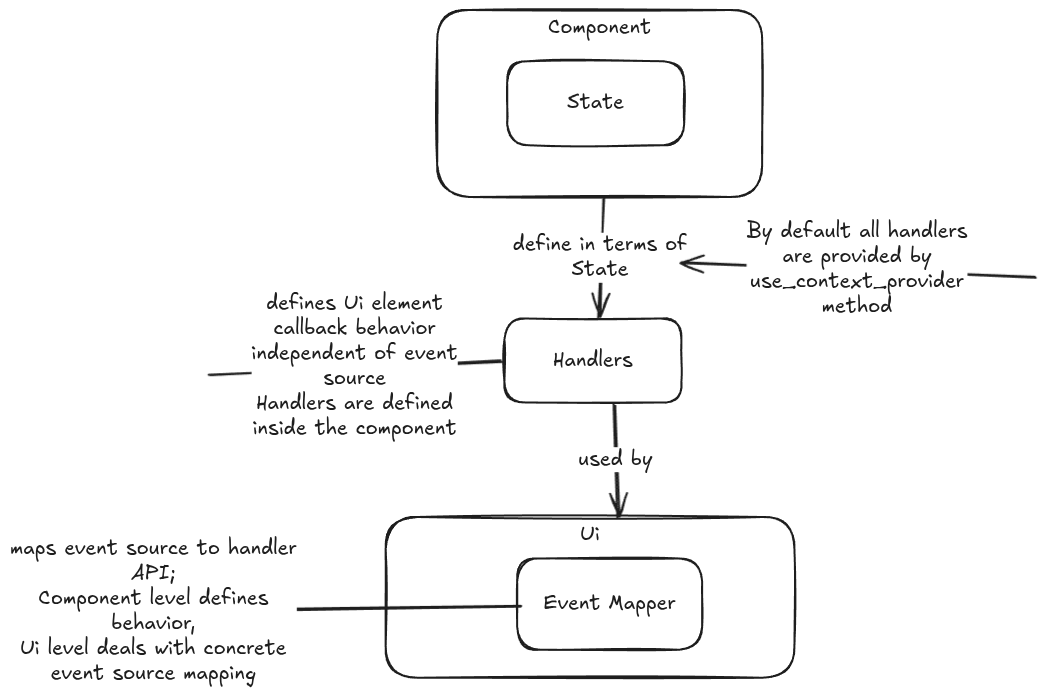
Above: beetry-editor-frontend/docs/layers.excalidraw.png in skullim/beetry (Excalidraw), before the change. Source tidied: one line per element, renumbered; positions are measured from the earlier drawing's top-left corner, leaving out a move shared by most shapes. Its diagram source:
```json
{"id": 0, "type": "rectangle", "strokeColor": "#1e1e1e", "strokeWidth": 2, "roughness": 1, "round": true, "x": 335, "y": 0, "width": 325, "height": 187}
{"id": 1, "type": "text", "text": "Component", "strokeColor": "#1e1e1e", "strokeWidth": 2, "roughness": 1, "fontSize": 20, "fontFamily": 5, "textAlign": "center", "inside": 0, "x": 446, "y": 5, "width": 103, "height": 25}
{"id": 2, "type": "rectangle", "strokeColor": "#1e1e1e", "strokeWidth": 2, "roughness": 1, "round": true, "x": 284, "y": 507, "width": 409, "height": 161}
{"id": 3, "type": "text", "text": "Ui", "strokeColor": "#1e1e1e", "strokeWidth": 2, "roughness": 1, "fontSize": 20, "fontFamily": 5, "textAlign": "center", "inside": 2, "x": 478, "y": 512, "width": 19, "height": 25}
{"id": 4, "type": "rectangle", "strokeColor": "#1e1e1e", "strokeWidth": 2, "roughness": 1, "round": true, "x": 405, "y": 51, "width": 177, "height": 84}
{"id": 5, "type": "text", "text": "State", "strokeColor": "#1e1e1e", "strokeWidth": 2, "roughness": 1, "fontSize": 20, "fontFamily": 5, "textAlign": "center", "verticalAlign": "middle", "inside": 4, "x": 465, "y": 81, "width": 57, "height": 25}
{"id": 6, "type": "rectangle", "strokeColor": "#1e1e1e", "strokeWidth": 2, "roughness": 1, "round": true, "x": 402, "y": 308, "width": 177, "height": 84}
{"id": 7, "type": "text", "text": "Handlers", "strokeColor": "#1e1e1e", "strokeWidth": 2, "roughness": 1, "fontSize": 20, "fontFamily": 5, "textAlign": "center", "verticalAlign": "middle", "inside": 6, "x": 451, "y": 338, "width": 80, "height": 25}
{"id": 8, "type": "arrow", "strokeColor": "#1e1e1e", "strokeWidth": 2, "roughness": 1, "endArrowhead": "arrow", "round": true, "from": 6, "to": 2, "x": 511, "y": 393, "width": 4, "height": 113, "points": [[0, 0], [4, 113]]}
{"id": 9, "type": "text", "text": "used by", "strokeColor": "#1e1e1e", "strokeWidth": 2, "roughness": 1, "fontSize": 20, "fontFamily": 5, "textAlign": "center", "verticalAlign": "middle", "inside": 8, "x": 545, "y": 430, "width": 74, "height": 25}
{"id": 10, "type": "arrow", "strokeColor": "#1e1e1e", "strokeWidth": 2, "roughness": 1, "endArrowhead": "arrow", "round": true, "from": 0, "to": 6, "x": 500, "y": 188, "width": 4, "height": 121, "points": [[0, 0], [-4, 121]]}
{"id": 11, "type": "text", "text": "define in terms of\nState", "strokeColor": "#1e1e1e", "strokeWidth": 2, "roughness": 1, "fontSize": 20, "fontFamily": 5, "textAlign": "center", "verticalAlign": "middle", "inside": 10, "x": 505, "y": 220, "width": 174, "height": 50}
{"id": 12, "type": "rectangle", "strokeColor": "#1e1e1e", "strokeWidth": 2, "roughness": 1, "round": true, "x": 415, "y": 548, "width": 185, "height": 91}
{"id": 13, "type": "text", "text": "Event Mapper", "strokeColor": "#1e1e1e", "strokeWidth": 2, "roughness": 1, "fontSize": 20, "fontFamily": 5, "textAlign": "center", "verticalAlign": "middle", "inside": 12, "x": 441, "y": 582, "width": 132, "height": 25}
{"id": 14, "type": "arrow", "strokeColor": "#1e1e1e", "strokeWidth": 2, "roughness": 1, "round": true, "to": 12, "x": 0, "y": 613, "width": 418, "height": 17, "points": [[0, 0], [51, -12], [418, -17]]}
{"id": 15, "type": "text", "text": "maps event source to handler\nAPI;\nComponent level defines\nbehavior,\nUi level deals with concrete\nevent source mapping", "strokeColor": "#1e1e1e", "strokeWidth": 2, "roughness": 1, "fontSize": 20, "fontFamily": 5, "textAlign": "center", "verticalAlign": "middle", "inside": 14, "x": 212, "y": 654, "width": 287, "height": 150}
{"id": 16, "type": "arrow", "strokeColor": "#1e1e1e", "strokeWidth": 2, "roughness": 1, "round": true, "to": 6, "x": 106, "y": 364, "width": 292, "height": 14, "points": [[0, 0], [292, -14]]}
{"id": 17, "type": "text", "text": "defines Ui element\ncallback behavior\nindependent of event\nsource\nHandlers are defined\ninside the component", "strokeColor": "#1e1e1e", "strokeWidth": 2, "roughness": 1, "fontSize": 20, "fontFamily": 5, "textAlign": "center", "verticalAlign": "middle", "inside": 16, "x": 149, "y": 282, "width": 206, "height": 150}
{"id": 18, "type": "arrow", "strokeColor": "#1e1e1e", "strokeWidth": 2, "roughness": 1, "endArrowhead": "arrow", "round": true, "x": 931, "y": 267, "width": 353, "height": 14, "points": [[0, 0], [-353, -14]]}
{"id": 19, "type": "text", "text": "By default all handlers\nare provided by\nuse_context_provider\nmethod", "strokeColor": "#1e1e1e", "strokeWidth": 2, "roughness": 1, "fontSize": 20, "fontFamily": 5, "textAlign": "center", "verticalAlign": "middle", "inside": 18, "x": 644, "y": 210, "width": 221, "height": 100}
```
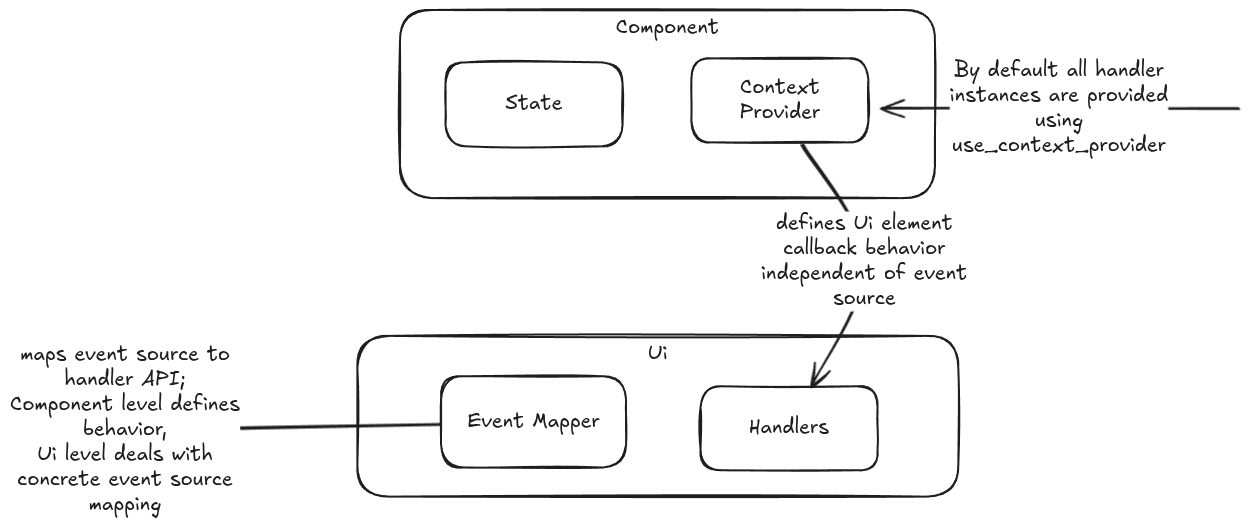
Later version of the same file.

Change to the diagram source:
```diff
@@ -1,20 +1,18 @@
-{"id": 0, "type": "rectangle", "strokeColor": "#1e1e1e", "strokeWidth": 2, "roughness": 1, "round": true, "x": 335, "y": 0, "width": 325, "height": 187}
+{"id": 0, "type": "rectangle", "strokeColor": "#1e1e1e", "strokeWidth": 2, "roughness": 1, "round": true, "x": 326, "y": 181, "width": 535, "height": 188}
-{"id": 1, "type": "text", "text": "Component", "strokeColor": "#1e1e1e", "strokeWidth": 2, "roughness": 1, "fontSize": 20, "fontFamily": 5, "textAlign": "center", "inside": 0, "x": 446, "y": 5, "width": 103, "height": 25}
+{"id": 1, "type": "text", "text": "Component", "strokeColor": "#1e1e1e", "strokeWidth": 2, "roughness": 1, "fontSize": 20, "fontFamily": 5, "textAlign": "center", "inside": 0, "x": 542, "y": 186, "width": 103, "height": 25}
-{"id": 2, "type": "rectangle", "strokeColor": "#1e1e1e", "strokeWidth": 2, "roughness": 1, "round": true, "x": 284, "y": 507, "width": 409, "height": 161}
+{"id": 2, "type": "rectangle", "strokeColor": "#1e1e1e", "strokeWidth": 2, "roughness": 1, "round": true, "x": 284, "y": 507, "width": 601, "height": 161}
-{"id": 3, "type": "text", "text": "Ui", "strokeColor": "#1e1e1e", "strokeWidth": 2, "roughness": 1, "fontSize": 20, "fontFamily": 5, "textAlign": "center", "inside": 2, "x": 478, "y": 512, "width": 19, "height": 25}
+{"id": 3, "type": "text", "text": "Ui", "strokeColor": "#1e1e1e", "strokeWidth": 2, "roughness": 1, "fontSize": 20, "fontFamily": 5, "textAlign": "center", "inside": 2, "x": 574, "y": 512, "width": 19, "height": 25}
-{"id": 4, "type": "rectangle", "strokeColor": "#1e1e1e", "strokeWidth": 2, "roughness": 1, "round": true, "x": 405, "y": 51, "width": 177, "height": 84}
+{"id": 4, "type": "rectangle", "strokeColor": "#1e1e1e", "strokeWidth": 2, "roughness": 1, "round": true, "x": 372, "y": 233, "width": 177, "height": 84}
-{"id": 5, "type": "text", "text": "State", "strokeColor": "#1e1e1e", "strokeWidth": 2, "roughness": 1, "fontSize": 20, "fontFamily": 5, "textAlign": "center", "verticalAlign": "middle", "inside": 4, "x": 465, "y": 81, "width": 57, "height": 25}
+{"id": 5, "type": "text", "text": "State", "strokeColor": "#1e1e1e", "strokeWidth": 2, "roughness": 1, "fontSize": 20, "fontFamily": 5, "textAlign": "center", "verticalAlign": "middle", "inside": 4, "x": 432, "y": 263, "width": 57, "height": 25}
-{"id": 6, "type": "rectangle", "strokeColor": "#1e1e1e", "strokeWidth": 2, "roughness": 1, "round": true, "x": 402, "y": 308, "width": 177, "height": 84}
+{"id": 6, "type": "rectangle", "strokeColor": "#1e1e1e", "strokeWidth": 2, "roughness": 1, "round": true, "x": 627, "y": 557, "width": 177, "height": 84}
-{"id": 7, "type": "text", "text": "Handlers", "strokeColor": "#1e1e1e", "strokeWidth": 2, "roughness": 1, "fontSize": 20, "fontFamily": 5, "textAlign": "center", "verticalAlign": "middle", "inside": 6, "x": 451, "y": 338, "width": 80, "height": 25}
+{"id": 7, "type": "text", "text": "Handlers", "strokeColor": "#1e1e1e", "strokeWidth": 2, "roughness": 1, "fontSize": 20, "fontFamily": 5, "textAlign": "center", "verticalAlign": "middle", "inside": 6, "x": 675, "y": 587, "width": 80, "height": 25}
-{"id": 8, "type": "arrow", "strokeColor": "#1e1e1e", "strokeWidth": 2, "roughness": 1, "endArrowhead": "arrow", "round": true, "from": 6, "to": 2, "x": 511, "y": 393, "width": 4, "height": 113, "points": [[0, 0], [4, 113]]}
-{"id": 9, "type": "text", "text": "used by", "strokeColor": "#1e1e1e", "strokeWidth": 2, "roughness": 1, "fontSize": 20, "fontFamily": 5, "textAlign": "center", "verticalAlign": "middle", "inside": 8, "x": 545, "y": 430, "width": 74, "height": 25}
-{"id": 10, "type": "arrow", "strokeColor": "#1e1e1e", "strokeWidth": 2, "roughness": 1, "endArrowhead": "arrow", "round": true, "from": 0, "to": 6, "x": 500, "y": 188, "width": 4, "height": 121, "points": [[0, 0], [-4, 121]]}
-{"id": 11, "type": "text", "text": "define in terms of\nState", "strokeColor": "#1e1e1e", "strokeWidth": 2, "roughness": 1, "fontSize": 20, "fontFamily": 5, "textAlign": "center", "verticalAlign": "middle", "inside": 10, "x": 505, "y": 220, "width": 174, "height": 50}
-{"id": 12, "type": "rectangle", "strokeColor": "#1e1e1e", "strokeWidth": 2, "roughness": 1, "round": true, "x": 415, "y": 548, "width": 185, "height": 91}
+{"id": 12, "type": "rectangle", "strokeColor": "#1e1e1e", "strokeWidth": 2, "roughness": 1, "round": true, "x": 367, "y": 547, "width": 185, "height": 91}
-{"id": 13, "type": "text", "text": "Event Mapper", "strokeColor": "#1e1e1e", "strokeWidth": 2, "roughness": 1, "fontSize": 20, "fontFamily": 5, "textAlign": "center", "verticalAlign": "middle", "inside": 12, "x": 441, "y": 582, "width": 132, "height": 25}
+{"id": 13, "type": "text", "text": "Event Mapper", "strokeColor": "#1e1e1e", "strokeWidth": 2, "roughness": 1, "fontSize": 20, "fontFamily": 5, "textAlign": "center", "verticalAlign": "middle", "inside": 12, "x": 394, "y": 581, "width": 132, "height": 25}
-{"id": 14, "type": "arrow", "strokeColor": "#1e1e1e", "strokeWidth": 2, "roughness": 1, "round": true, "to": 12, "x": 0, "y": 613, "width": 418, "height": 17, "points": [[0, 0], [51, -12], [418, -17]]}
+{"id": 14, "type": "arrow", "strokeColor": "#1e1e1e", "strokeWidth": 2, "roughness": 1, "round": true, "to": 12, "x": 0, "y": 613, "width": 365, "height": 18, "points": [[0, 0], [51, -12], [365, -18]]}
-{"id": 15, "type": "text", "text": "maps event source to handler\nAPI;\nComponent level defines\nbehavior,\nUi level deals with concrete\nevent source mapping", "strokeColor": "#1e1e1e", "strokeWidth": 2, "roughness": 1, "fontSize": 20, "fontFamily": 5, "textAlign": "center", "verticalAlign": "middle", "inside": 14, "x": 212, "y": 654, "width": 287, "height": 150}
+{"id": 15, "type": "text", "text": "maps event source to\nhandler API;\nComponent level defines\nbehavior,\nUi level deals with\nconcrete event source\nmapping", "strokeColor": "#1e1e1e", "strokeWidth": 2, "roughness": 1, "fontSize": 20, "fontFamily": 5, "textAlign": "center", "verticalAlign": "middle", "inside": 14, "x": 212, "y": 654, "width": 230, "height": 175}
-{"id": 16, "type": "arrow", "strokeColor": "#1e1e1e", "strokeWidth": 2, "roughness": 1, "round": true, "to": 6, "x": 106, "y": 364, "width": 292, "height": 14, "points": [[0, 0], [292, -14]]}
-{"id": 17, "type": "text", "text": "defines Ui element\ncallback behavior\nindependent of event\nsource\nHandlers are defined\ninside the component", "strokeColor": "#1e1e1e", "strokeWidth": 2, "roughness": 1, "fontSize": 20, "fontFamily": 5, "textAlign": "center", "verticalAlign": "middle", "inside": 16, "x": 149, "y": 282, "width": 206, "height": 150}
-{"id": 18, "type": "arrow", "strokeColor": "#1e1e1e", "strokeWidth": 2, "roughness": 1, "endArrowhead": "arrow", "round": true, "x": 931, "y": 267, "width": 353, "height": 14, "points": [[0, 0], [-353, -14]]}
+{"id": 18, "type": "arrow", "strokeColor": "#1e1e1e", "strokeWidth": 2, "roughness": 1, "endArrowhead": "arrow", "round": true, "to": 20, "x": 1163, "y": 279, "width": 356, "height": 0, "points": [[0, 0], [-356, 0]]}
-{"id": 19, "type": "text", "text": "By default all handlers\nare provided by\nuse_context_provider\nmethod", "strokeColor": "#1e1e1e", "strokeWidth": 2, "roughness": 1, "fontSize": 20, "fontFamily": 5, "textAlign": "center", "verticalAlign": "middle", "inside": 18, "x": 644, "y": 210, "width": 221, "height": 100}
+{"id": 19, "type": "text", "text": "By default all handler\ninstances are provided\nusing\nuse_context_provider", "strokeColor": "#1e1e1e", "strokeWidth": 2, "roughness": 1, "fontSize": 20, "fontFamily": 5, "textAlign": "center", "verticalAlign": "middle", "inside": 18, "x": 876, "y": 229, "width": 218, "height": 100}
+{"id": 20, "type": "rectangle", "strokeColor": "#1e1e1e", "strokeWidth": 2, "roughness": 1, "round": true, "x": 618, "y": 229, "width": 177, "height": 84}
+{"id": 21, "type": "text", "text": "Context\nProvider", "strokeColor": "#1e1e1e", "strokeWidth": 2, "roughness": 1, "fontSize": 20, "fontFamily": 5, "textAlign": "center", "verticalAlign": "middle", "inside": 20, "x": 666, "y": 246, "width": 81, "height": 50}
+{"id": 22, "type": "arrow", "strokeColor": "#1e1e1e", "strokeWidth": 2, "roughness": 1, "endArrowhead": "arrow", "round": true, "from": 20, "to": 6, "x": 727, "y": 315, "width": 63, "height": 242, "points": [[0, 0], [63, 118], [9, 242]]}
+{"id": 23, "type": "text", "text": "defines Ui element\ncallback behavior\nindependent of event\nsource", "strokeColor": "#1e1e1e", "strokeWidth": 2, "roughness": 1, "fontSize": 20, "fontFamily": 5, "textAlign": "center", "verticalAlign": "middle", "inside": 22, "x": 687, "y": 383, "width": 206, "height": 100}
```
